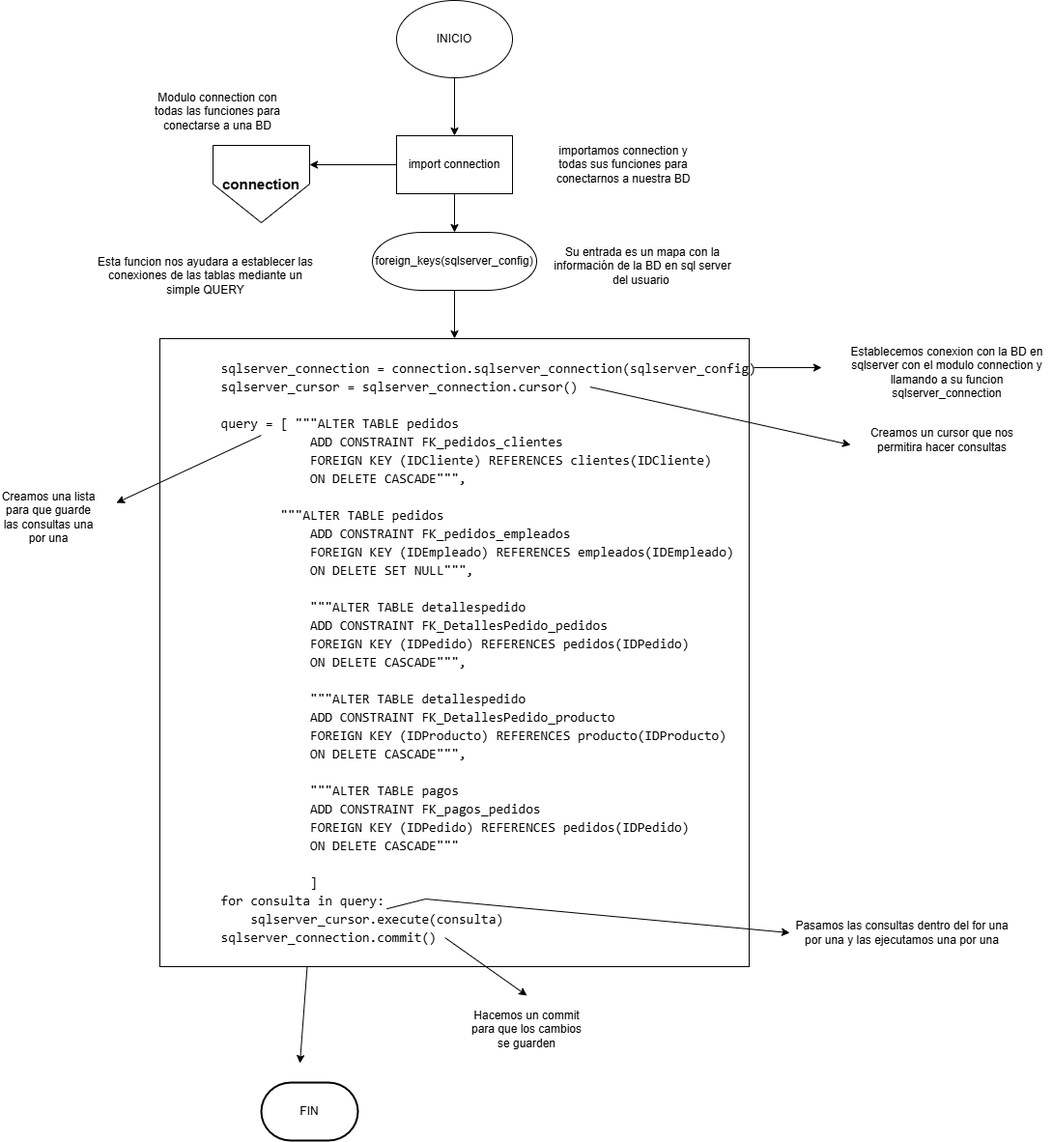
Before: Documentación/Diagramas/MIGRATION/Fk_connection.drawio.png, a diagram exported from draw.io (AlfredoZC/Coffee-shop). Source tidied: cells renumbered, new cells last; positions are measured from the earlier drawing's top-left corner, leaving out a move shared by most shapes.
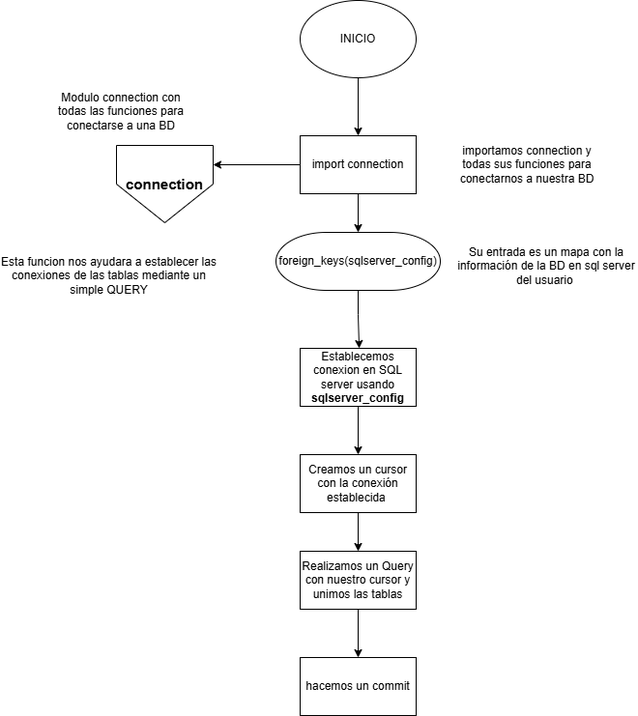
The same file after the commit.

Diff of the diagram source:
```diff
@@ -26,58 +26,17 @@
     <mxCell id="9" style="endArrow=classic;html=1;rounded=0;entryX=1;entryY=0.25;entryDx=0;entryDy=0;exitX=0;exitY=0.5;exitDx=0;exitDy=0;" parent="1" edge="1" source="8" target="3">
       <mxGeometry relative="1" as="geometry" />
     </mxCell>
-    <mxCell id="10" value="&lt;br&gt;&lt;div style=&quot;font-family: Consolas, &amp;quot;Courier New&amp;quot;, monospace; font-weight: normal; font-size: 14px; line-height: 19px; white-space: pre;&quot;&gt;&lt;div&gt;&amp;nbsp; &amp;nbsp; &amp;nbsp; &amp;nbsp; sqlserver_connection = connection.sqlserver_connection(sqlserver_config)&lt;/div&gt;&lt;div&gt;&amp;nbsp; &amp;nbsp; &amp;nbsp; &amp;nbsp; sqlserver_cursor = sqlserver_connection.cursor()&lt;/div&gt;&lt;div&gt;&amp;nbsp; &amp;nbsp; &amp;nbsp; &amp;nbsp; &lt;/div&gt;&lt;div&gt;&amp;nbsp; &amp;nbsp; &amp;nbsp; &amp;nbsp; query = [ &quot;&quot;&quot;ALTER TABLE pedidos &lt;/div&gt;&lt;div&gt;&amp;nbsp; &amp;nbsp; &amp;nbsp; &amp;nbsp; &amp;nbsp; &amp;nbsp; &amp;nbsp; &amp;nbsp; &amp;nbsp; &amp;nbsp; ADD CONSTRAINT FK_pedidos_clientes &lt;/div&gt;&lt;div&gt;&amp;nbsp; &amp;nbsp; &amp;nbsp; &amp;nbsp; &amp;nbsp; &amp;nbsp; &amp;nbsp; &amp;nbsp; &amp;nbsp; &amp;nbsp; FOREIGN KEY (IDCliente) REFERENCES clientes(IDCliente)&lt;/div&gt;&lt;div&gt;&amp;nbsp; &amp;nbsp; &amp;nbsp; &amp;nbsp; &amp;nbsp; &amp;nbsp; &amp;nbsp; &amp;nbsp; &amp;nbsp; &amp;nbsp; ON DELETE CASCADE&quot;&quot;&quot;,&lt;/div&gt;&lt;br&gt;&lt;div&gt;&amp;nbsp; &amp;nbsp; &amp;nbsp; &amp;nbsp; &amp;nbsp; &amp;nbsp; &amp;nbsp; &amp;nbsp; &quot;&quot;&quot;ALTER TABLE pedidos &lt;/div&gt;&lt;div&gt;&amp;nbsp; &amp;nbsp; &amp;nbsp; &amp;nbsp; &amp;nbsp; &amp;nbsp; &amp;nbsp; &amp;nbsp; &amp;nbsp; &amp;nbsp; ADD CONSTRAINT FK_pedidos_empleados &lt;/div&gt;&lt;div&gt;&amp;nbsp; &amp;nbsp; &amp;nbsp; &amp;nbsp; &amp;nbsp; &amp;nbsp; &amp;nbsp; &amp;nbsp; &amp;nbsp; &amp;nbsp; FOREIGN KEY (IDEmpleado) REFERENCES empleados(IDEmpleado)&lt;/div&gt;&lt;div&gt;&amp;nbsp; &amp;nbsp; &amp;nbsp; &amp;nbsp; &amp;nbsp; &amp;nbsp; &amp;nbsp; &amp;nbsp; &amp;nbsp; &amp;nbsp; ON DELETE SET NULL&quot;&quot;&quot;,&lt;/div&gt;&lt;div&gt;&amp;nbsp; &amp;nbsp; &amp;nbsp; &amp;nbsp; &amp;nbsp; &amp;nbsp; &amp;nbsp; &amp;nbsp; &amp;nbsp; &amp;nbsp; &lt;/div&gt;&lt;div&gt;&amp;nbsp; &amp;nbsp; &amp;nbsp; &amp;nbsp; &amp;nbsp; &amp;nbsp; &amp;nbsp; &amp;nbsp; &amp;nbsp; &amp;nbsp; &quot;&quot;&quot;ALTER TABLE detallespedido &lt;/div&gt;&lt;div&gt;&amp;nbsp; &amp;nbsp; &amp;nbsp; &amp;nbsp; &amp;nbsp; &amp;nbsp; &amp;nbsp; &amp;nbsp; &amp;nbsp; &amp;nbsp; ADD CONSTRAINT FK_DetallesPedido_pedidos &lt;/div&gt;&lt;div&gt;&amp;nbsp; &amp;nbsp; &amp;nbsp; &amp;nbsp; &amp;nbsp; &amp;nbsp; &amp;nbsp; &amp;nbsp; &amp;nbsp; &amp;nbsp; FOREIGN KEY (IDPedido) REFERENCES pedidos(IDPedido)&lt;/div&gt;&lt;div&gt;&amp;nbsp; &amp;nbsp; &amp;nbsp; &amp;nbsp; &amp;nbsp; &amp;nbsp; &amp;nbsp; &amp;nbsp; &amp;nbsp; &amp;nbsp; ON DELETE CASCADE&quot;&quot;&quot;,&lt;/div&gt;&lt;div&gt;&amp;nbsp; &amp;nbsp; &amp;nbsp; &amp;nbsp; &amp;nbsp; &amp;nbsp; &amp;nbsp; &amp;nbsp; &amp;nbsp; &amp;nbsp; &lt;/div&gt;&lt;div&gt;&amp;nbsp; &amp;nbsp; &amp;nbsp; &amp;nbsp; &amp;nbsp; &amp;nbsp; &amp;nbsp; &amp;nbsp; &amp;nbsp; &amp;nbsp; &quot;&quot;&quot;ALTER TABLE detallespedido &lt;/div&gt;&lt;div&gt;&amp;nbsp; &amp;nbsp; &amp;nbsp; &amp;nbsp; &amp;nbsp; &amp;nbsp; &amp;nbsp; &amp;nbsp; &amp;nbsp; &amp;nbsp; ADD CONSTRAINT FK_DetallesPedido_producto &lt;/div&gt;&lt;div&gt;&amp;nbsp; &amp;nbsp; &amp;nbsp; &amp;nbsp; &amp;nbsp; &amp;nbsp; &amp;nbsp; &amp;nbsp; &amp;nbsp; &amp;nbsp; FOREIGN KEY (IDProducto) REFERENCES producto(IDProducto)&lt;/div&gt;&lt;div&gt;&amp;nbsp; &amp;nbsp; &amp;nbsp; &amp;nbsp; &amp;nbsp; &amp;nbsp; &amp;nbsp; &amp;nbsp; &amp;nbsp; &amp;nbsp; ON DELETE CASCADE&quot;&quot;&quot;,&lt;/div&gt;&lt;div&gt;&amp;nbsp; &amp;nbsp; &amp;nbsp; &amp;nbsp; &amp;nbsp; &amp;nbsp; &amp;nbsp; &amp;nbsp; &amp;nbsp; &amp;nbsp; &lt;/div&gt;&lt;div&gt;&amp;nbsp; &amp;nbsp; &amp;nbsp; &amp;nbsp; &amp;nbsp; &amp;nbsp; &amp;nbsp; &amp;nbsp; &amp;nbsp; &amp;nbsp; &quot;&quot;&quot;ALTER TABLE pagos &lt;/div&gt;&lt;div&gt;&amp;nbsp; &amp;nbsp; &amp;nbsp; &amp;nbsp; &amp;nbsp; &amp;nbsp; &amp;nbsp; &amp;nbsp; &amp;nbsp; &amp;nbsp; ADD CONSTRAINT FK_pagos_pedidos &lt;/div&gt;&lt;div&gt;&amp;nbsp; &amp;nbsp; &amp;nbsp; &amp;nbsp; &amp;nbsp; &amp;nbsp; &amp;nbsp; &amp;nbsp; &amp;nbsp; &amp;nbsp; FOREIGN KEY (IDPedido) REFERENCES pedidos(IDPedido)&lt;/div&gt;&lt;div&gt;&amp;nbsp; &amp;nbsp; &amp;nbsp; &amp;nbsp; &amp;nbsp; &amp;nbsp; &amp;nbsp; &amp;nbsp; &amp;nbsp; &amp;nbsp; ON DELETE CASCADE&quot;&quot;&quot;&lt;/div&gt;&lt;div&gt;&amp;nbsp; &amp;nbsp; &amp;nbsp; &amp;nbsp; &amp;nbsp; &amp;nbsp; &amp;nbsp; &amp;nbsp; &amp;nbsp; &amp;nbsp; &lt;/div&gt;&lt;div&gt;&amp;nbsp; &amp;nbsp; &amp;nbsp; &amp;nbsp; &amp;nbsp; &amp;nbsp; &amp;nbsp; &amp;nbsp; &amp;nbsp; &amp;nbsp; ]&lt;/div&gt;&lt;div&gt;&amp;nbsp; &amp;nbsp; &amp;nbsp; &amp;nbsp; for consulta in query:&lt;/div&gt;&lt;div&gt;&amp;nbsp; &amp;nbsp; &amp;nbsp; &amp;nbsp; &amp;nbsp; &amp;nbsp; sqlserver_cursor.execute(consulta)&lt;/div&gt;&lt;div&gt;&amp;nbsp; &amp;nbsp; &amp;nbsp; &amp;nbsp; sqlserver_connection.commit()&lt;/div&gt;&lt;/div&gt;&lt;div&gt;&lt;br/&gt;&lt;/div&gt;" style="rounded=0;whiteSpace=wrap;html=1;align=left;" parent="1" vertex="1">
-      <mxGeometry x="165" y="350" width="610" height="650" as="geometry" />
-    </mxCell>
-    <mxCell id="11" style="edgeStyle=orthogonalEdgeStyle;rounded=0;jettySize=auto;html=1;" parent="1" edge="1" source="12" target="10">
-      <mxGeometry relative="1" as="geometry" />
+    <mxCell id="11" style="edgeStyle=orthogonalEdgeStyle;rounded=0;jettySize=auto;html=1;entryX=0.5;entryY=0;entryDx=0;entryDy=0;" parent="1" edge="1" source="12" target="30">
+      <mxGeometry relative="1" as="geometry">
+        <Array as="points">
+          <mxPoint x="470" y="325" />
+          <mxPoint x="471" y="370" />
+        </Array>
+      </mxGeometry>
     </mxCell>
     <mxCell id="12" value="foreign_keys(sqlserver_config)" style="strokeWidth=1;html=1;shape=mxgraph.flowchart.terminator;whiteSpace=wrap;" parent="1" vertex="1">
       <mxGeometry x="385" y="240" width="170" height="60" as="geometry" />
     </mxCell>
-    <mxCell id="13" style="endArrow=classic;html=1;rounded=0;" parent="1" edge="1">
-      <mxGeometry relative="1" as="geometry">
-        <mxPoint x="780" y="380" as="sourcePoint" />
-        <mxPoint x="850" y="380" as="targetPoint" />
-      </mxGeometry>
-    </mxCell>
-    <mxCell id="14" value="Establecemos conexion con la BD en sqlserver con el modulo connection y llamando a su funcion sqlserver_connection" style="text;html=1;align=center;verticalAlign=middle;whiteSpace=wrap;rounded=0;" parent="1" vertex="1">
-      <mxGeometry x="870" y="370" width="220" height="30" as="geometry" />
-    </mxCell>
-    <mxCell id="15" style="endArrow=classic;html=1;rounded=0;exitX=0.73;exitY=0.077;exitDx=0;exitDy=0;exitPerimeter=0;" parent="1" edge="1" source="10">
-      <mxGeometry relative="1" as="geometry">
-        <mxPoint x="880" y="460" as="targetPoint" />
-      </mxGeometry>
-    </mxCell>
-    <mxCell id="16" value="Creamos un cursor que nos permitira hacer consultas" style="text;html=1;align=center;verticalAlign=middle;whiteSpace=wrap;rounded=0;" parent="1" vertex="1">
-      <mxGeometry x="890" y="440" width="170" height="30" as="geometry" />
-    </mxCell>
-    <mxCell id="17" value="Creamos una lista para que guarde las consultas una por una" style="text;html=1;align=center;verticalAlign=middle;whiteSpace=wrap;rounded=0;" parent="1" vertex="1">
-      <mxGeometry y="520" width="100" height="30" as="geometry" />
-    </mxCell>
-    <mxCell id="18" style="endArrow=classic;html=1;rounded=0;exitX=0.172;exitY=0.154;exitDx=0;exitDy=0;exitPerimeter=0;" parent="1" edge="1" source="10">
-      <mxGeometry relative="1" as="geometry">
-        <mxPoint x="120" y="520" as="targetPoint" />
-      </mxGeometry>
-    </mxCell>
-    <mxCell id="19" value="Pasamos las consultas dentro del for una por una y las ejecutamos una por una" style="text;html=1;align=center;verticalAlign=middle;whiteSpace=wrap;rounded=0;" parent="1" vertex="1">
-      <mxGeometry x="817" y="950" width="233" height="30" as="geometry" />
-    </mxCell>
-    <mxCell id="20" style="endArrow=classic;html=1;rounded=0;exitX=0.385;exitY=0.908;exitDx=0;exitDy=0;exitPerimeter=0;entryX=0;entryY=0.5;entryDx=0;entryDy=0;" parent="1" edge="1" source="10" target="19">
-      <mxGeometry relative="1" as="geometry">
-        <Array as="points">
-          <mxPoint x="440" y="930" />
-        </Array>
-      </mxGeometry>
-    </mxCell>
-    <mxCell id="21" value="Hacemos un commit para que los cambios se guarden" style="text;html=1;align=center;verticalAlign=middle;whiteSpace=wrap;rounded=0;" parent="1" vertex="1">
-      <mxGeometry x="480" y="1050" width="130" height="30" as="geometry" />
-    </mxCell>
-    <mxCell id="22" style="endArrow=classic;html=1;rounded=0;exitX=0.484;exitY=0.954;exitDx=0;exitDy=0;exitPerimeter=0;" parent="1" edge="1" source="10">
-      <mxGeometry relative="1" as="geometry">
-        <mxPoint x="545" y="1030" as="targetPoint" />
-      </mxGeometry>
-    </mxCell>
     <mxCell id="23" value="Esta funcion nos ayudara a establecer las conexiones de las tablas mediante un simple QUERY" style="text;html=1;align=center;verticalAlign=middle;whiteSpace=wrap;rounded=0;" parent="1" vertex="1">
       <mxGeometry x="100" y="270" width="225" height="30" as="geometry" />
     </mxCell>
@@ -87,16 +46,29 @@
     <mxCell id="25" value="Modulo connection con todas las funciones para conectarse a una BD" style="text;html=1;align=center;verticalAlign=middle;whiteSpace=wrap;rounded=0;" parent="1" vertex="1">
       <mxGeometry x="150" y="100" width="150" height="30" as="geometry" />
     </mxCell>
-    <mxCell id="26" style="endArrow=classic;html=1;rounded=0;exitX=0.25;exitY=1;exitDx=0;exitDy=0;" parent="1" edge="1" source="10">
-      <mxGeometry relative="1" as="geometry">
-        <mxPoint x="310" y="1100" as="targetPoint" />
-      </mxGeometry>
-    </mxCell>
-    <mxCell id="27" value="FIN" style="strokeWidth=2;html=1;shape=mxgraph.flowchart.terminator;whiteSpace=wrap;" parent="1" vertex="1">
-      <mxGeometry x="270" y="1120" width="100" height="60" as="geometry" />
-    </mxCell>
     <mxCell id="28" value="Su entrada es un mapa con la información de la BD en sql server del usuario&amp;nbsp;" style="text;html=1;align=center;verticalAlign=middle;whiteSpace=wrap;rounded=0;" parent="1" vertex="1">
       <mxGeometry x="570" y="260" width="190" height="30" as="geometry" />
     </mxCell>
+    <mxCell id="29" style="edgeStyle=orthogonalEdgeStyle;rounded=0;jettySize=auto;html=1;" parent="1" edge="1" source="30" target="32">
+      <mxGeometry relative="1" as="geometry" />
+    </mxCell>
+    <mxCell id="30" value="Establecemos conexion en SQL server usando &lt;b&gt;sqlserver_config&lt;/b&gt;" style="rounded=0;whiteSpace=wrap;html=1;" parent="1" vertex="1">
+      <mxGeometry x="410" y="360" width="120" height="60" as="geometry" />
+    </mxCell>
+    <mxCell id="31" style="edgeStyle=orthogonalEdgeStyle;rounded=0;jettySize=auto;html=1;" parent="1" edge="1" source="32" target="34">
+      <mxGeometry relative="1" as="geometry" />
+    </mxCell>
+    <mxCell id="32" value="Creamos un cursor con la conexión establecida&amp;nbsp;" style="rounded=0;whiteSpace=wrap;html=1;" parent="1" vertex="1">
+      <mxGeometry x="410" y="470" width="120" height="60" as="geometry" />
+    </mxCell>
+    <mxCell id="33" style="edgeStyle=orthogonalEdgeStyle;rounded=0;jettySize=auto;html=1;" parent="1" edge="1" source="34" target="35">
+      <mxGeometry relative="1" as="geometry" />
+    </mxCell>
+    <mxCell id="34" value="Realizamos un Query con nuestro cursor y unimos las tablas" style="rounded=0;whiteSpace=wrap;html=1;" parent="1" vertex="1">
+      <mxGeometry x="410" y="570" width="120" height="60" as="geometry" />
+    </mxCell>
+    <mxCell id="35" value="hacemos un commit" style="rounded=0;whiteSpace=wrap;html=1;" parent="1" vertex="1">
+      <mxGeometry x="410" y="680" width="120" height="60" as="geometry" />
+    </mxCell>
   </root>
 </mxGraphModel>
```
